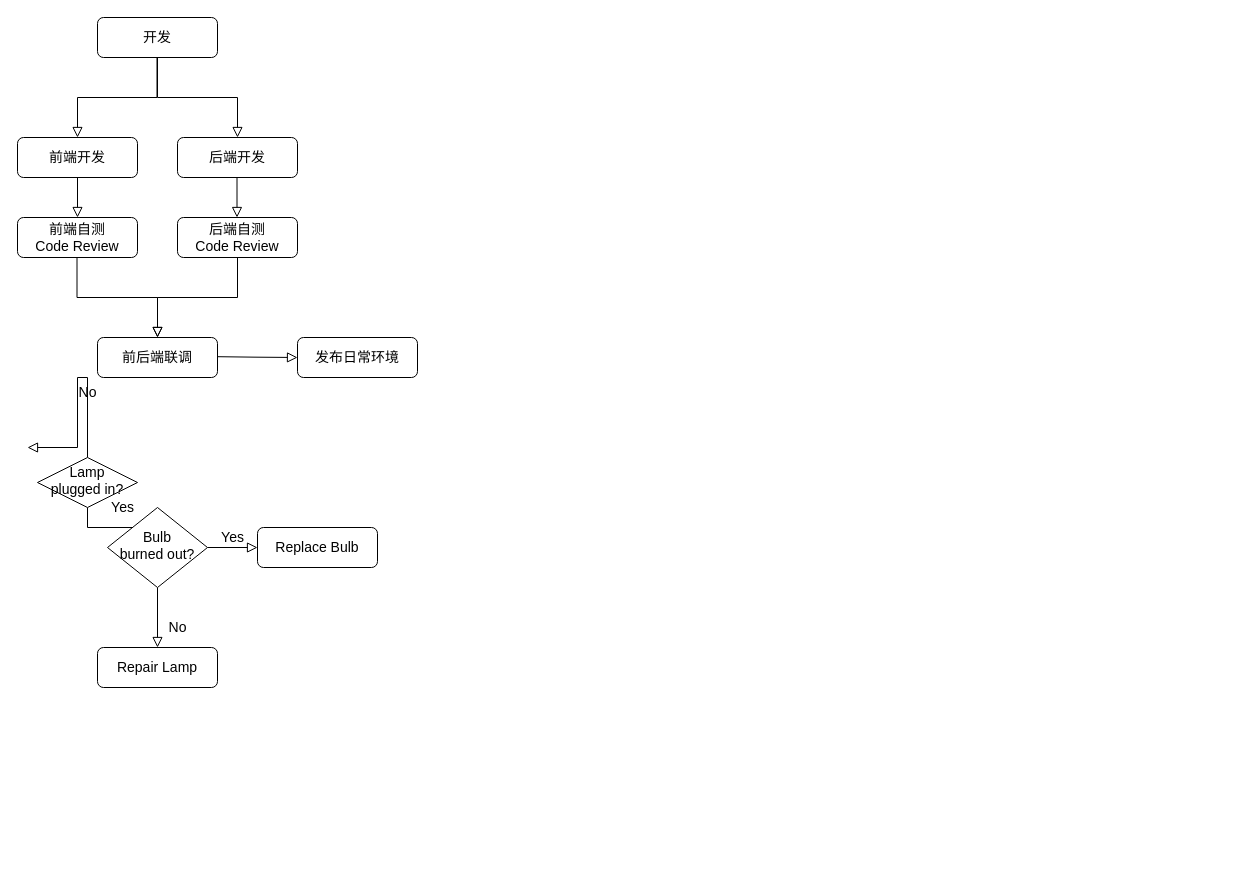
Before: 研发流程.drawio in Sunny-Smile26/Drawings, a draw.io diagram. Source tidied: cells renumbered, new cells numbered last; positions are measured from the earlier drawing's top-left corner, leaving out a move shared by most shapes. Both pictures are drawn from the tidied source at 100%, with x=0, y=0 at pixel (17, 17).
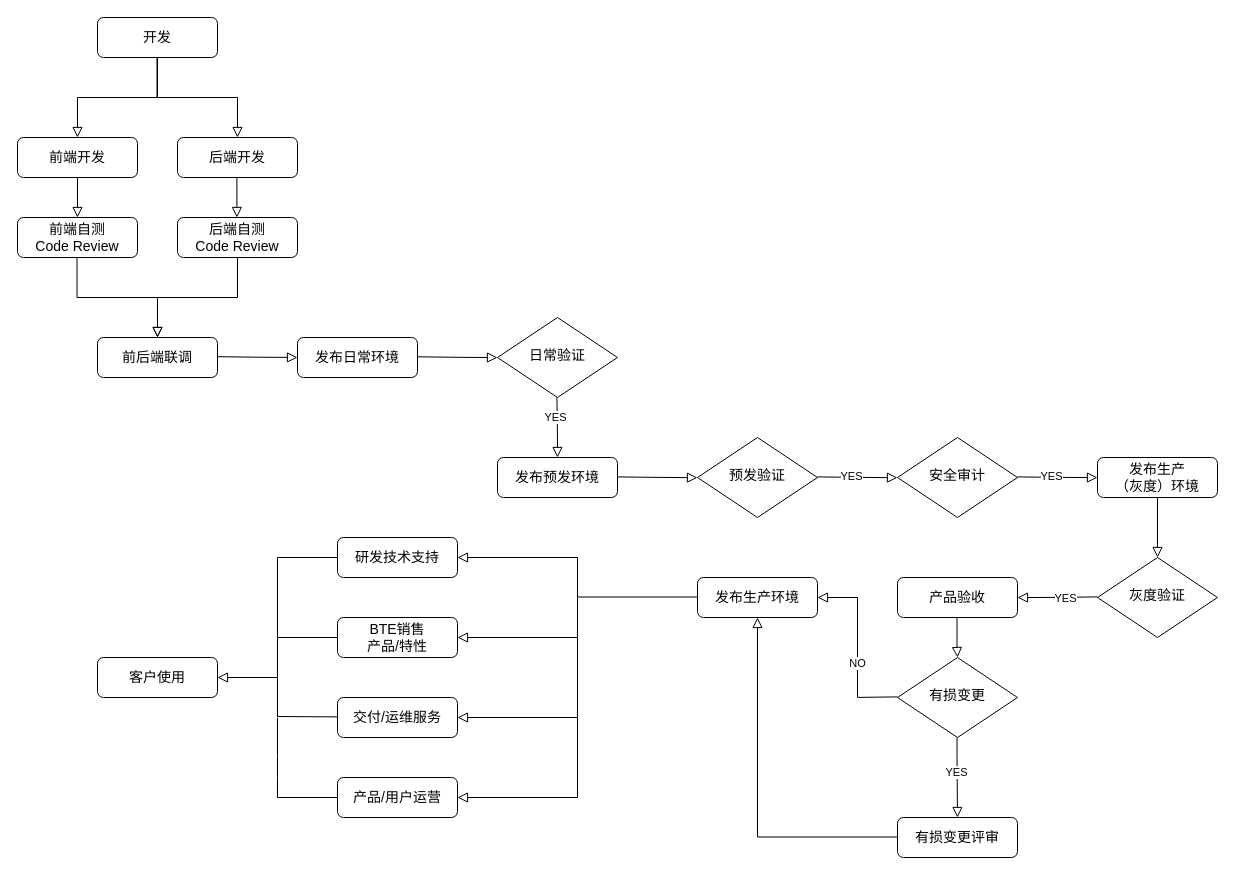
The same diagram, later.

Commit message (it also covers changes not shown here):
更新研发流程.drawio

Change to the diagram source:
```diff
@@
-    <mxCell id="4" value="Yes" style="rounded=0;html=1;jettySize=auto;fontSize=14;endArrow=block;endFill=0;endSize=8;strokeWidth=1;shadow=0;labelBackgroundColor=none;edgeStyle=orthogonalEdgeStyle;" parent="1" edge="1" source="6" target="10">
-      <mxGeometry y="20" relative="1" as="geometry" />
-    </mxCell>
-    <mxCell id="5" value="No" style="edgeStyle=orthogonalEdgeStyle;rounded=0;html=1;jettySize=auto;fontSize=14;endArrow=block;endFill=0;endSize=8;strokeWidth=1;shadow=0;labelBackgroundColor=none;" parent="1" edge="1" source="6">
-      <mxGeometry y="10" relative="1" as="geometry">
-        <mxPoint x="10" y="430" as="targetPoint" />
-        <Array as="points">
-          <mxPoint x="70" y="360" />
-          <mxPoint x="60" y="360" />
-        </Array>
-      </mxGeometry>
-    </mxCell>
-    <mxCell id="6" value="Lamp&lt;br style=&quot;font-size: 14px;&quot;&gt;plugged in?" style="rhombus;whiteSpace=wrap;html=1;shadow=0;fontFamily=Helvetica;fontSize=14;align=center;strokeWidth=1;spacing=6;spacingTop=-4;" parent="1" vertex="1">
-      <mxGeometry x="20" y="440" width="100" height="50" as="geometry" />
-    </mxCell>
@@
-    <mxCell id="8" value="No" style="rounded=0;html=1;jettySize=auto;fontSize=14;endArrow=block;endFill=0;endSize=8;strokeWidth=1;shadow=0;labelBackgroundColor=none;edgeStyle=orthogonalEdgeStyle;" parent="1" edge="1" source="10" target="11">
-      <mxGeometry x="0.33" y="20" relative="1" as="geometry" />
-    </mxCell>
-    <mxCell id="9" value="Yes" style="edgeStyle=orthogonalEdgeStyle;rounded=0;html=1;jettySize=auto;fontSize=14;endArrow=block;endFill=0;endSize=8;strokeWidth=1;shadow=0;labelBackgroundColor=none;" parent="1" edge="1" source="10" target="12">
-      <mxGeometry y="10" relative="1" as="geometry" />
-    </mxCell>
-    <mxCell id="10" value="Bulb&lt;br style=&quot;font-size: 14px;&quot;&gt;burned out?" style="rhombus;whiteSpace=wrap;html=1;shadow=0;fontFamily=Helvetica;fontSize=14;align=center;strokeWidth=1;spacing=6;spacingTop=-4;" parent="1" vertex="1">
-      <mxGeometry x="90" y="490" width="100" height="80" as="geometry" />
-    </mxCell>
-    <mxCell id="11" value="Repair Lamp" style="rounded=1;whiteSpace=wrap;html=1;fontSize=14;glass=0;strokeWidth=1;shadow=0;" parent="1" vertex="1">
-      <mxGeometry x="80" y="630" width="120" height="40" as="geometry" />
-    </mxCell>
-    <mxCell id="12" value="Replace Bulb" style="rounded=1;whiteSpace=wrap;html=1;fontSize=14;glass=0;strokeWidth=1;shadow=0;" parent="1" vertex="1">
-      <mxGeometry x="240" y="510" width="120" height="40" as="geometry" />
-    </mxCell>
@@
     <mxCell id="18" style="edgeStyle=orthogonalEdgeStyle;rounded=0;html=1;jettySize=auto;orthogonalLoop=1;fontSize=14;endArrow=block;endFill=0;endSize=8;strokeWidth=1;shadow=0;labelBackgroundColor=none;entryX=0.5;entryY=0;entryDx=0;entryDy=0;" parent="1" edge="1">
       <mxGeometry y="10" relative="1" as="geometry">
-        <mxPoint x="219.5" y="160" as="sourcePoint" />
-        <mxPoint x="219.5" y="200" as="targetPoint" />
+        <mxPoint x="219.4" y="160" as="sourcePoint" />
+        <mxPoint x="219.4" y="200" as="targetPoint" />
         <Array as="points">
-          <mxPoint x="219.5" y="160" />
+          <mxPoint x="219.4" y="160" />
         </Array>
       </mxGeometry>
     </mxCell>
@@
+    <mxCell id="24" value="日常验证" style="rhombus;whiteSpace=wrap;html=1;shadow=0;fontFamily=Helvetica;fontSize=14;align=center;strokeWidth=1;spacing=6;spacingTop=-4;" parent="1" vertex="1">
+      <mxGeometry x="480" y="300" width="120" height="80" as="geometry" />
+    </mxCell>
+    <mxCell id="25" style="edgeStyle=orthogonalEdgeStyle;rounded=0;html=1;jettySize=auto;orthogonalLoop=1;fontSize=14;endArrow=block;endFill=0;endSize=8;strokeWidth=1;shadow=0;labelBackgroundColor=none;entryX=0;entryY=0.5;entryDx=0;entryDy=0;" parent="1" edge="1">
+      <mxGeometry y="10" relative="1" as="geometry">
+        <mxPoint x="400" y="339.3" as="sourcePoint" />
+        <mxPoint x="480" y="340.1" as="targetPoint" />
+      </mxGeometry>
+    </mxCell>
+    <mxCell id="26" style="edgeStyle=orthogonalEdgeStyle;rounded=0;orthogonalLoop=1;jettySize=auto;html=1;exitX=0.5;exitY=1;exitDx=0;exitDy=0;" parent="1" edge="1" source="24" target="24">
+      <mxGeometry relative="1" as="geometry" />
+    </mxCell>
+    <mxCell id="27" value="发布预发环境" style="rounded=1;whiteSpace=wrap;html=1;fontSize=14;glass=0;strokeWidth=1;shadow=0;" parent="1" vertex="1">
+      <mxGeometry x="480" y="440" width="120" height="40" as="geometry" />
+    </mxCell>
+    <mxCell id="28" style="edgeStyle=orthogonalEdgeStyle;rounded=0;html=1;jettySize=auto;fontSize=14;endArrow=block;endFill=0;endSize=8;strokeWidth=1;shadow=0;labelBackgroundColor=none;entryX=0.5;entryY=0;entryDx=0;entryDy=0;" parent="1" edge="1" target="27">
+      <mxGeometry y="10" relative="1" as="geometry">
+        <mxPoint x="539.4" y="380" as="sourcePoint" />
+      </mxGeometry>
+    </mxCell>
+    <mxCell id="29" value="YES" style="edgeLabel;html=1;align=center;verticalAlign=middle;" parent="28" vertex="1">
+      <mxGeometry x="-0.38" y="-2" relative="1" as="geometry" />
+    </mxCell>
+    <mxCell id="30" value="预发验证" style="rhombus;whiteSpace=wrap;html=1;shadow=0;fontFamily=Helvetica;fontSize=14;align=center;strokeWidth=1;spacing=6;spacingTop=-4;" parent="1" vertex="1">
+      <mxGeometry x="680" y="420" width="120" height="80" as="geometry" />
+    </mxCell>
+    <mxCell id="31" style="edgeStyle=orthogonalEdgeStyle;rounded=0;html=1;jettySize=auto;orthogonalLoop=1;fontSize=14;endArrow=block;endFill=0;endSize=8;strokeWidth=1;shadow=0;labelBackgroundColor=none;entryX=0;entryY=0.5;entryDx=0;entryDy=0;" parent="1" edge="1">
+      <mxGeometry y="10" relative="1" as="geometry">
+        <mxPoint x="600" y="459.4" as="sourcePoint" />
+        <mxPoint x="680" y="460.2" as="targetPoint" />
+      </mxGeometry>
+    </mxCell>
+    <mxCell id="32" value="安全审计" style="rhombus;whiteSpace=wrap;html=1;shadow=0;fontFamily=Helvetica;fontSize=14;align=center;strokeWidth=1;spacing=6;spacingTop=-4;" parent="1" vertex="1">
+      <mxGeometry x="880" y="420" width="120" height="80" as="geometry" />
+    </mxCell>
+    <mxCell id="33" style="edgeStyle=orthogonalEdgeStyle;rounded=0;html=1;jettySize=auto;orthogonalLoop=1;fontSize=14;endArrow=block;endFill=0;endSize=8;strokeWidth=1;shadow=0;labelBackgroundColor=none;entryX=0;entryY=0.5;entryDx=0;entryDy=0;" parent="1" edge="1">
+      <mxGeometry y="10" relative="1" as="geometry">
+        <mxPoint x="800" y="459.4" as="sourcePoint" />
+        <mxPoint x="880" y="460.2" as="targetPoint" />
+      </mxGeometry>
+    </mxCell>
+    <mxCell id="34" value="YES" style="edgeLabel;html=1;align=center;verticalAlign=middle;" parent="33" vertex="1">
+      <mxGeometry x="-0.18" y="1" relative="1" as="geometry" />
+    </mxCell>
+    <mxCell id="35" value="发布生产&lt;div&gt;（灰度）环境&lt;/div&gt;" style="rounded=1;whiteSpace=wrap;html=1;fontSize=14;glass=0;strokeWidth=1;shadow=0;" parent="1" vertex="1">
+      <mxGeometry x="1080" y="440" width="120" height="40" as="geometry" />
+    </mxCell>
+    <mxCell id="36" style="edgeStyle=orthogonalEdgeStyle;rounded=0;html=1;jettySize=auto;orthogonalLoop=1;fontSize=14;endArrow=block;endFill=0;endSize=8;strokeWidth=1;shadow=0;labelBackgroundColor=none;entryX=0;entryY=0.5;entryDx=0;entryDy=0;" parent="1" edge="1">
+      <mxGeometry y="10" relative="1" as="geometry">
+        <mxPoint x="1000" y="459.4" as="sourcePoint" />
+        <mxPoint x="1080" y="460.1" as="targetPoint" />
+      </mxGeometry>
+    </mxCell>
+    <mxCell id="37" value="YES" style="edgeLabel;html=1;align=center;verticalAlign=middle;" parent="36" vertex="1">
+      <mxGeometry x="-0.18" y="1" relative="1" as="geometry" />
+    </mxCell>
+    <mxCell id="38" value="灰度验证" style="rhombus;whiteSpace=wrap;html=1;shadow=0;fontFamily=Helvetica;fontSize=14;align=center;strokeWidth=1;spacing=6;spacingTop=-4;" parent="1" vertex="1">
+      <mxGeometry x="1080" y="540" width="120" height="80" as="geometry" />
+    </mxCell>
+    <mxCell id="39" style="edgeStyle=orthogonalEdgeStyle;rounded=0;html=1;jettySize=auto;fontSize=14;endArrow=block;endFill=0;endSize=8;strokeWidth=1;shadow=0;labelBackgroundColor=none;entryX=0.5;entryY=0;entryDx=0;entryDy=0;" parent="1" edge="1" target="38">
+      <mxGeometry y="10" relative="1" as="geometry">
+        <mxPoint x="1139.1" y="480" as="sourcePoint" />
+        <Array as="points">
+          <mxPoint x="1139" y="540" />
+        </Array>
+      </mxGeometry>
+    </mxCell>
+    <mxCell id="40" style="edgeStyle=orthogonalEdgeStyle;rounded=0;html=1;jettySize=auto;orthogonalLoop=1;fontSize=14;endArrow=block;endFill=0;endSize=8;strokeWidth=1;shadow=0;labelBackgroundColor=none;" parent="1" edge="1">
+      <mxGeometry y="10" relative="1" as="geometry">
+        <mxPoint x="1080" y="579.4" as="sourcePoint" />
+        <mxPoint x="1000" y="580.1" as="targetPoint" />
+      </mxGeometry>
+    </mxCell>
+    <mxCell id="41" value="YES" style="edgeLabel;html=1;align=center;verticalAlign=middle;" parent="40" vertex="1">
+      <mxGeometry x="-0.18" y="1" relative="1" as="geometry" />
+    </mxCell>
+    <mxCell id="42" value="产品验收" style="rounded=1;whiteSpace=wrap;html=1;fontSize=14;glass=0;strokeWidth=1;shadow=0;" parent="1" vertex="1">
+      <mxGeometry x="880" y="560" width="120" height="40" as="geometry" />
+    </mxCell>
+    <mxCell id="43" value="有损变更" style="rhombus;whiteSpace=wrap;html=1;shadow=0;fontFamily=Helvetica;fontSize=14;align=center;strokeWidth=1;spacing=6;spacingTop=-4;" parent="1" vertex="1">
+      <mxGeometry x="880" y="640" width="120" height="80" as="geometry" />
+    </mxCell>
+    <mxCell id="44" style="edgeStyle=orthogonalEdgeStyle;rounded=0;html=1;jettySize=auto;orthogonalLoop=1;fontSize=14;endArrow=block;endFill=0;endSize=8;strokeWidth=1;shadow=0;labelBackgroundColor=none;" parent="1" edge="1">
+      <mxGeometry y="10" relative="1" as="geometry">
+        <mxPoint x="939.5" y="600" as="sourcePoint" />
+        <mxPoint x="940" y="640" as="targetPoint" />
+        <Array as="points">
+          <mxPoint x="939.4" y="630" />
+        </Array>
+      </mxGeometry>
+    </mxCell>
+    <mxCell id="45" style="edgeStyle=orthogonalEdgeStyle;rounded=0;html=1;jettySize=auto;orthogonalLoop=1;fontSize=14;endArrow=block;endFill=0;endSize=8;strokeWidth=1;shadow=0;labelBackgroundColor=none;" parent="1" edge="1">
+      <mxGeometry y="10" relative="1" as="geometry">
+        <mxPoint x="939.5" y="720" as="sourcePoint" />
+        <mxPoint x="940" y="800" as="targetPoint" />
+        <Array as="points">
+          <mxPoint x="940" y="740" />
+        </Array>
+      </mxGeometry>
+    </mxCell>
+    <mxCell id="46" value="YES" style="edgeLabel;html=1;align=center;verticalAlign=middle;" parent="45" vertex="1">
+      <mxGeometry x="-0.15" y="-1" relative="1" as="geometry" />
+    </mxCell>
+    <mxCell id="47" value="有损变更评审" style="rounded=1;whiteSpace=wrap;html=1;fontSize=14;glass=0;strokeWidth=1;shadow=0;" parent="1" vertex="1">
+      <mxGeometry x="880" y="800" width="120" height="40" as="geometry" />
+    </mxCell>
+    <mxCell id="48" value="发布生产环境" style="rounded=1;whiteSpace=wrap;html=1;fontSize=14;glass=0;strokeWidth=1;shadow=0;" parent="1" vertex="1">
+      <mxGeometry x="680" y="560" width="120" height="40" as="geometry" />
+    </mxCell>
+    <mxCell id="49" style="edgeStyle=orthogonalEdgeStyle;rounded=0;html=1;jettySize=auto;fontSize=14;endArrow=block;endFill=0;endSize=8;strokeWidth=1;shadow=0;labelBackgroundColor=none;entryX=1;entryY=0.5;entryDx=0;entryDy=0;" parent="1" edge="1" target="48">
+      <mxGeometry y="10" relative="1" as="geometry">
+        <mxPoint x="880" y="679.4" as="sourcePoint" />
+      </mxGeometry>
+    </mxCell>
+    <mxCell id="50" value="NO" style="edgeLabel;html=1;align=center;verticalAlign=middle;" parent="49" vertex="1">
+      <mxGeometry x="-0.18" y="1" relative="1" as="geometry" />
+    </mxCell>
+    <mxCell id="51" style="edgeStyle=orthogonalEdgeStyle;rounded=0;html=1;jettySize=auto;fontSize=14;endArrow=block;endFill=0;endSize=8;strokeWidth=1;shadow=0;labelBackgroundColor=none;entryX=0.5;entryY=1;entryDx=0;entryDy=0;" parent="1" edge="1" target="48">
+      <mxGeometry y="10" relative="1" as="geometry">
+        <mxPoint x="880" y="819.5" as="sourcePoint" />
+        <Array as="points">
+          <mxPoint x="740" y="820" />
+        </Array>
+      </mxGeometry>
+    </mxCell>
+    <mxCell id="52" value="研发技术支持" style="rounded=1;whiteSpace=wrap;html=1;fontSize=14;glass=0;strokeWidth=1;shadow=0;" parent="1" vertex="1">
+      <mxGeometry x="320" y="520" width="120" height="40" as="geometry" />
+    </mxCell>
+    <mxCell id="53" value="BTE销售&lt;div&gt;产品/特性&lt;/div&gt;" style="rounded=1;whiteSpace=wrap;html=1;fontSize=14;glass=0;strokeWidth=1;shadow=0;" parent="1" vertex="1">
+      <mxGeometry x="320" y="600" width="120" height="40" as="geometry" />
+    </mxCell>
+    <mxCell id="54" value="交付/运维服务" style="rounded=1;whiteSpace=wrap;html=1;fontSize=14;glass=0;strokeWidth=1;shadow=0;" parent="1" vertex="1">
+      <mxGeometry x="320" y="680" width="120" height="40" as="geometry" />
+    </mxCell>
+    <mxCell id="55" value="产品/用户运营" style="rounded=1;whiteSpace=wrap;html=1;fontSize=14;glass=0;strokeWidth=1;shadow=0;" parent="1" vertex="1">
+      <mxGeometry x="320" y="760" width="120" height="40" as="geometry" />
+    </mxCell>
+    <mxCell id="56" style="edgeStyle=orthogonalEdgeStyle;rounded=0;html=1;jettySize=auto;fontSize=14;endArrow=block;endFill=0;endSize=8;strokeWidth=1;shadow=0;labelBackgroundColor=none;entryX=1;entryY=0.5;entryDx=0;entryDy=0;" parent="1" edge="1" target="52">
+      <mxGeometry y="10" relative="1" as="geometry">
+        <mxPoint x="680" y="579.5" as="sourcePoint" />
+        <Array as="points">
+          <mxPoint x="560" y="580" />
+          <mxPoint x="560" y="540" />
+        </Array>
+      </mxGeometry>
+    </mxCell>
+    <mxCell id="57" style="edgeStyle=orthogonalEdgeStyle;rounded=0;html=1;jettySize=auto;orthogonalLoop=1;fontSize=14;endArrow=block;endFill=0;endSize=8;strokeWidth=1;shadow=0;labelBackgroundColor=none;" parent="1" edge="1">
+      <mxGeometry y="10" relative="1" as="geometry">
+        <mxPoint x="560" y="580" as="sourcePoint" />
+        <mxPoint x="440" y="620" as="targetPoint" />
+        <Array as="points">
+          <mxPoint x="560" y="580" />
+          <mxPoint x="560" y="620" />
+        </Array>
+      </mxGeometry>
+    </mxCell>
+    <mxCell id="58" style="edgeStyle=orthogonalEdgeStyle;rounded=0;html=1;jettySize=auto;orthogonalLoop=1;fontSize=14;endArrow=block;endFill=0;endSize=8;strokeWidth=1;shadow=0;labelBackgroundColor=none;" parent="1" edge="1">
+      <mxGeometry y="10" relative="1" as="geometry">
+        <mxPoint x="560" y="620" as="sourcePoint" />
+        <mxPoint x="440" y="700" as="targetPoint" />
+        <Array as="points">
+          <mxPoint x="560" y="620" />
+          <mxPoint x="560" y="700" />
+        </Array>
+      </mxGeometry>
+    </mxCell>
+    <mxCell id="59" style="edgeStyle=orthogonalEdgeStyle;rounded=0;html=1;jettySize=auto;orthogonalLoop=1;fontSize=14;endArrow=block;endFill=0;endSize=8;strokeWidth=1;shadow=0;labelBackgroundColor=none;" parent="1" edge="1">
+      <mxGeometry y="10" relative="1" as="geometry">
+        <mxPoint x="560" y="700" as="sourcePoint" />
+        <mxPoint x="440" y="780" as="targetPoint" />
+        <Array as="points">
+          <mxPoint x="560" y="700" />
+          <mxPoint x="560" y="780" />
+        </Array>
+      </mxGeometry>
+    </mxCell>
+    <mxCell id="60" value="客户使用" style="rounded=1;whiteSpace=wrap;html=1;fontSize=14;glass=0;strokeWidth=1;shadow=0;" parent="1" vertex="1">
+      <mxGeometry x="80" y="640" width="120" height="40" as="geometry" />
+    </mxCell>
+    <mxCell id="61" style="edgeStyle=orthogonalEdgeStyle;rounded=0;html=1;jettySize=auto;fontSize=14;endArrow=block;endFill=0;endSize=8;strokeWidth=1;shadow=0;labelBackgroundColor=none;entryX=1;entryY=0.5;entryDx=0;entryDy=0;" parent="1" edge="1" target="60">
+      <mxGeometry y="10" relative="1" as="geometry">
+        <mxPoint x="320" y="540" as="sourcePoint" />
+        <Array as="points">
+          <mxPoint x="260" y="540" />
+          <mxPoint x="260" y="660" />
+        </Array>
+      </mxGeometry>
+    </mxCell>
+    <mxCell id="62" style="endArrow=none;html=1;rounded=0;exitX=0;exitY=0.5;exitDx=0;exitDy=0;" parent="1" edge="1" source="53">
+      <mxGeometry relative="1" as="geometry">
+        <mxPoint x="260" y="620" as="targetPoint" />
+      </mxGeometry>
+    </mxCell>
+    <mxCell id="63" style="endArrow=none;html=1;rounded=0;exitX=0;exitY=0.5;exitDx=0;exitDy=0;" parent="1" edge="1">
+      <mxGeometry relative="1" as="geometry">
+        <mxPoint x="320" y="699.4" as="sourcePoint" />
+        <mxPoint x="260" y="660" as="targetPoint" />
+        <Array as="points">
+          <mxPoint x="260" y="699" />
+        </Array>
+      </mxGeometry>
+    </mxCell>
+    <mxCell id="64" style="endArrow=none;html=1;rounded=0;exitX=0;exitY=0.5;exitDx=0;exitDy=0;" parent="1" edge="1" source="55">
+      <mxGeometry relative="1" as="geometry">
+        <mxPoint x="260" y="700" as="targetPoint" />
+        <Array as="points">
+          <mxPoint x="260" y="780" />
+          <mxPoint x="260" y="760" />
+          <mxPoint x="260" y="739" />
+        </Array>
+      </mxGeometry>
+    </mxCell>
```
